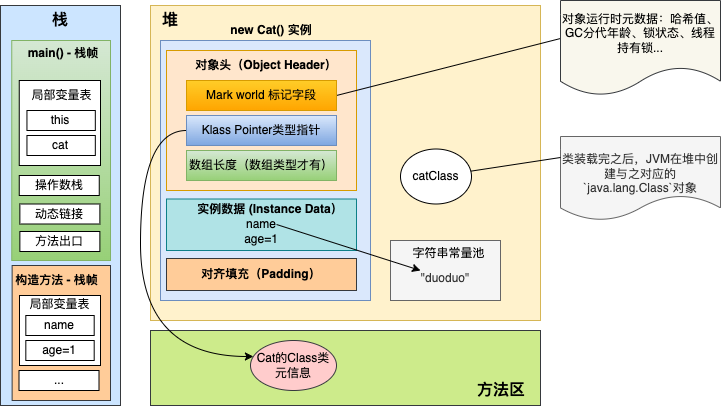
Earlier version of the draw.io export java/jvm/JVM创建对象 - 对象头布局.drawio.png (lihongyiyi/tech-visuals). Source tidied: cells renumbered, new cells last; positions are measured from the earlier drawing's top-left corner, leaving out a move shared by most shapes.
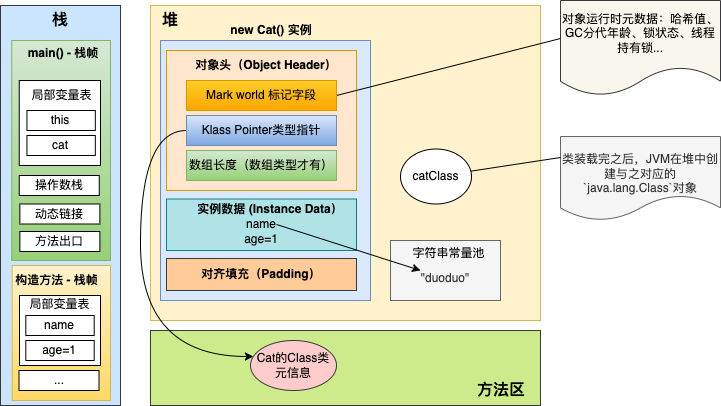
After the commit.

Commit message:
更新JVM创建对象 - 对象头布局.drawio.png

Diff of the diagram source:
```diff
@@ -79,7 +79,7 @@
     <mxCell id="25" value="数组长度（数组类型才有）" style="rounded=0;whiteSpace=wrap;html=1;fillColor=#d5e8d4;gradientColor=#97d077;strokeColor=#82b366;" parent="1" vertex="1">
       <mxGeometry x="186" y="150" width="150" height="30" as="geometry" />
     </mxCell>
-    <mxCell id="26" style="rounded=0;whiteSpace=wrap;html=1;fillColor=#ffcc99;strokeColor=#36393d;" parent="1" vertex="1">
+    <mxCell id="26" style="rounded=0;whiteSpace=wrap;html=1;fillColor=#fff2cc;strokeColor=#d6b656;gradientColor=#ffd966;" parent="1" vertex="1">
       <mxGeometry x="11.6" y="265" width="98.4" height="135" as="geometry" />
     </mxCell>
     <mxCell id="27" value="局部变量表" style="text;html=1;strokeColor=none;fillColor=none;align=center;verticalAlign=middle;whiteSpace=wrap;rounded=0;" parent="1" vertex="1">
```
